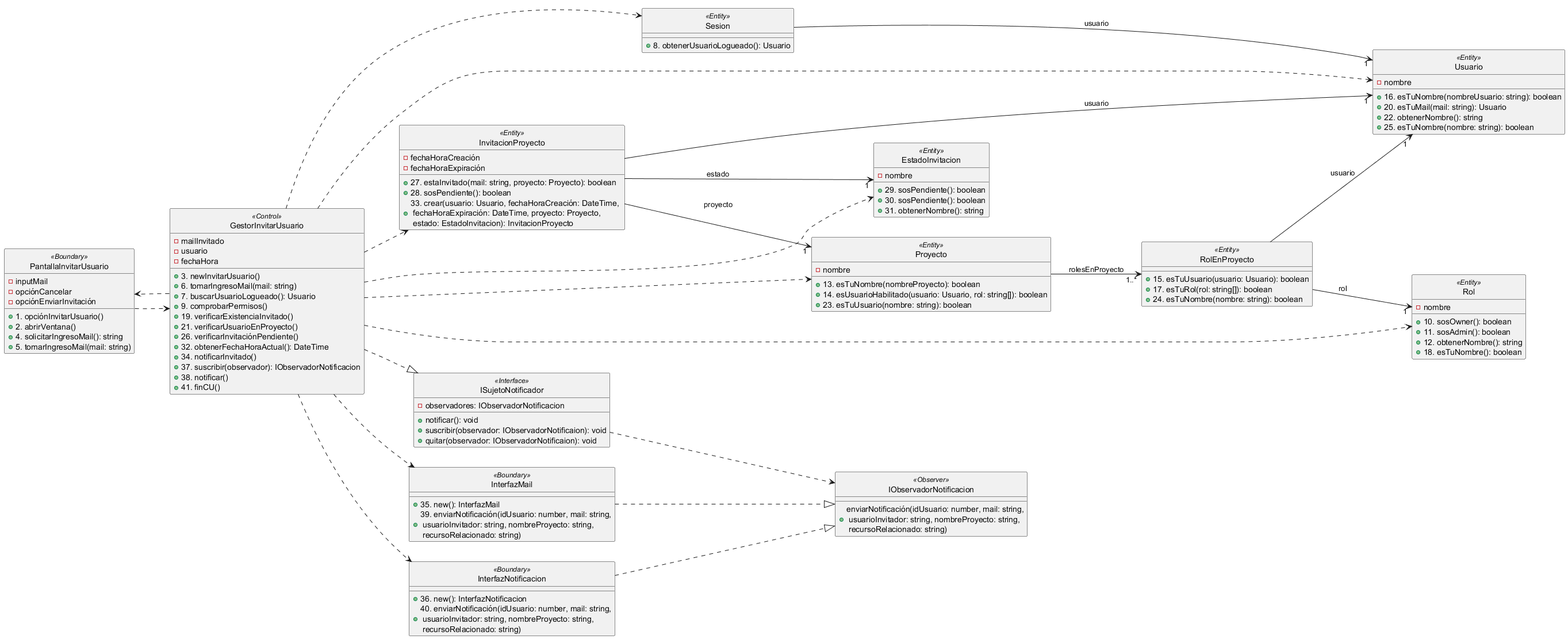
This is Modelado/DiagramaCU11/CU11VistaEstáticaObserver.png from ciggyx/Task_Flow, a PlantUML export, as it was before one commit.
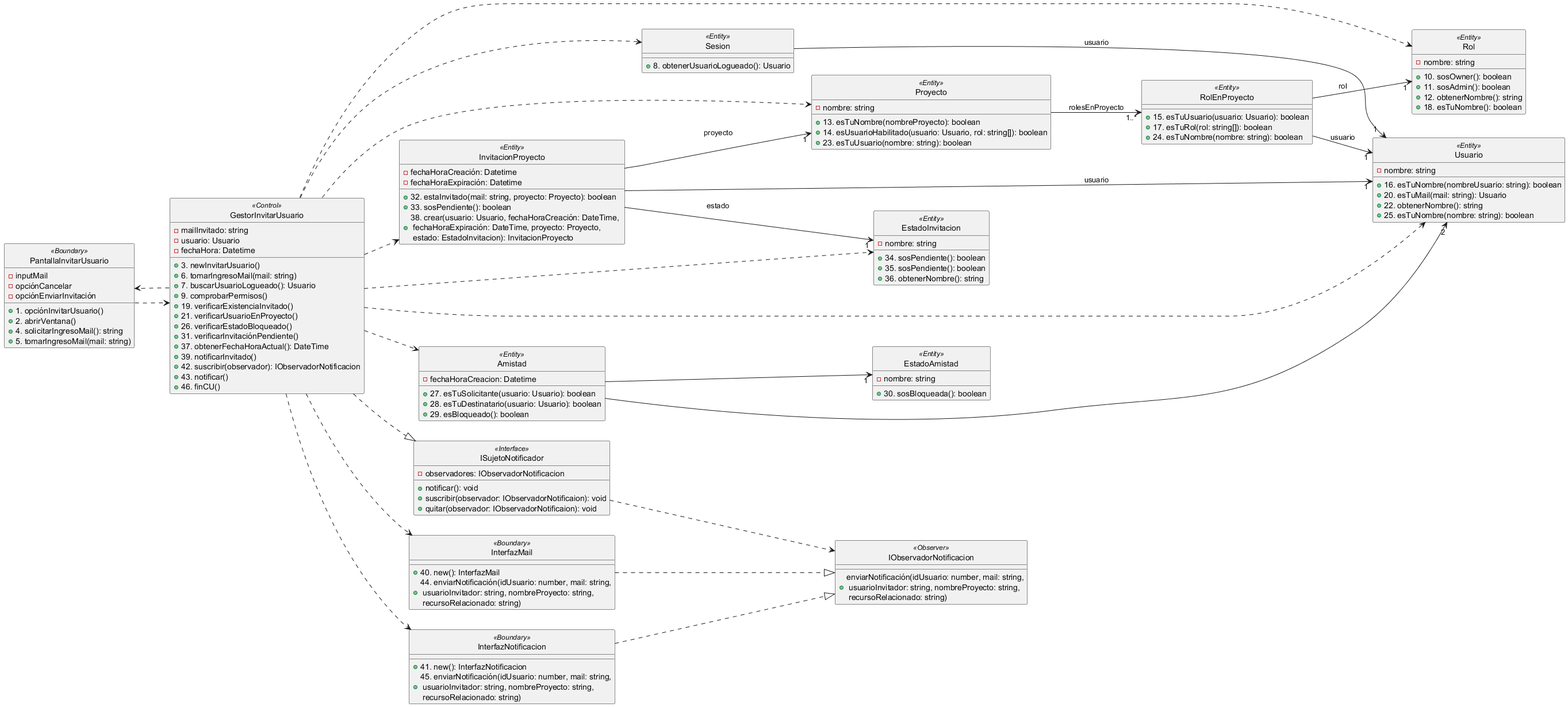
After the change.

Commit message:
chore(diagramas): añado comprobación de que no tenga bloqueado el usuario en la invitación al proyecto

What changed in the source:
```diff
@@ -17,21 +17,22 @@
 }
 
 class GestorInvitarUsuario<<Control>>{
-    - mailInvitado
-    - usuario
-    - fechaHora
+    - mailInvitado: string
+    - usuario: Usuario
+    - fechaHora: Datetime
     + 3. newInvitarUsuario()
     + 6. tomarIngresoMail(mail: string)
     + 7. buscarUsuarioLogueado(): Usuario
     + 9. comprobarPermisos()
     + 19. verificarExistenciaInvitado()
     + 21. verificarUsuarioEnProyecto()
-    + 26. verificarInvitaciónPendiente()
-    + 32. obtenerFechaHoraActual(): DateTime
-    + 34. notificarInvitado()
-    + 37. suscribir(observador): IObservadorNotificacion
-    + 38. notificar()
-    + 41. finCU()
+    + 26. verificarEstadoBloqueado()
+    + 31. verificarInvitaciónPendiente()
+    + 37. obtenerFechaHoraActual(): DateTime
+    + 39. notificarInvitado()
+    + 42. suscribir(observador): IObservadorNotificacion
+    + 43. notificar()
+    + 46. finCU()
 }
 
 class Sesion<<Entity>>{
@@ -39,7 +40,7 @@
 }
 
 class Rol<<Entity>>{
-    - nombre
+    - nombre: string
     + 10. sosOwner(): boolean
     + 11. sosAdmin(): boolean
     + 12. obtenerNombre(): string
@@ -47,7 +48,7 @@
 }
 
 class Proyecto<<Entity>>{
-    - nombre
+    - nombre: string
     + 13. esTuNombre(nombreProyecto): boolean
     + 14. esUsuarioHabilitado(usuario: Usuario, rol: string[]): boolean
     + 23. esTuUsuario(nombre: string): boolean
@@ -60,7 +61,7 @@
 }
 
 class Usuario<<Entity>>{
-    - nombre
+    - nombre: string
     + 16. esTuNombre(nombreUsuario: string): boolean
     + 20. esTuMail(mail: string): Usuario
     + 22. obtenerNombre(): string
@@ -68,28 +69,40 @@
 }
 
 class InvitacionProyecto<<Entity>>{
-    - fechaHoraCreación
-    - fechaHoraExpiración
-    + 27. estaInvitado(mail: string, proyecto: Proyecto): boolean
-    + 28. sosPendiente(): boolean
-    + 33. crear(usuario: Usuario, fechaHoraCreación: DateTime, \n fechaHoraExpiración: DateTime, proyecto: Proyecto, \n estado: EstadoInvitacion): InvitacionProyecto
+    - fechaHoraCreación: Datetime
+    - fechaHoraExpiración: Datetime
+    + 32. estaInvitado(mail: string, proyecto: Proyecto): boolean
+    + 33. sosPendiente(): boolean
+    + 38. crear(usuario: Usuario, fechaHoraCreación: DateTime, \n fechaHoraExpiración: DateTime, proyecto: Proyecto, \n estado: EstadoInvitacion): InvitacionProyecto
 }
 
 class EstadoInvitacion<<Entity>>{
-    - nombre
-    + 29. sosPendiente(): boolean
-    + 30. sosPendiente(): boolean
-    + 31. obtenerNombre(): string
+    - nombre: string
+    + 34. sosPendiente(): boolean
+    + 35. sosPendiente(): boolean
+    + 36. obtenerNombre(): string
+}
+
+class Amistad<<Entity>>{
+    - fechaHoraCreacion: Datetime
+    + 27. esTuSolicitante(usuario: Usuario): boolean
+    + 28. esTuDestinatario(usuario: Usuario): boolean
+    + 29. esBloqueado(): boolean
+}
+
+class EstadoAmistad<<Entity>>{
+    - nombre: string
+    + 30. sosBloqueada(): boolean
 }
 
 class InterfazMail<<Boundary>>{
-    + 35. new(): InterfazMail
-    + 39. enviarNotificación(idUsuario: number, mail: string,\n usuarioInvitador: string, nombreProyecto: string,\n recursoRelacionado: string)
+    + 40. new(): InterfazMail
+    + 44. enviarNotificación(idUsuario: number, mail: string,\n usuarioInvitador: string, nombreProyecto: string,\n recursoRelacionado: string)
 }
 
 class InterfazNotificacion<<Boundary>>{
-    + 36. new(): InterfazNotificacion
-    + 40. enviarNotificación(idUsuario: number, mail: string,\n usuarioInvitador: string, nombreProyecto: string,\n recursoRelacionado: string)
+    + 41. new(): InterfazNotificacion
+    + 45. enviarNotificación(idUsuario: number, mail: string,\n usuarioInvitador: string, nombreProyecto: string,\n recursoRelacionado: string)
 }
 
 class ISujetoNotificador<<Interface>>{
@@ -114,6 +127,7 @@
 GestorInvitarUsuario ..> Rol
 GestorInvitarUsuario ..> Sesion
 GestorInvitarUsuario ..> Usuario
+GestorInvitarUsuario ..> Amistad
 
 InvitacionProyecto --> "1" EstadoInvitacion : estado
 
@@ -134,4 +148,7 @@
 InterfazNotificacion ..|> IObservadorNotificacion
 
 ISujetoNotificador  ..> IObservadorNotificacion
+
+Amistad --> "1" EstadoAmistad
+Amistad --> "2" Usuario
 @enduml
```
